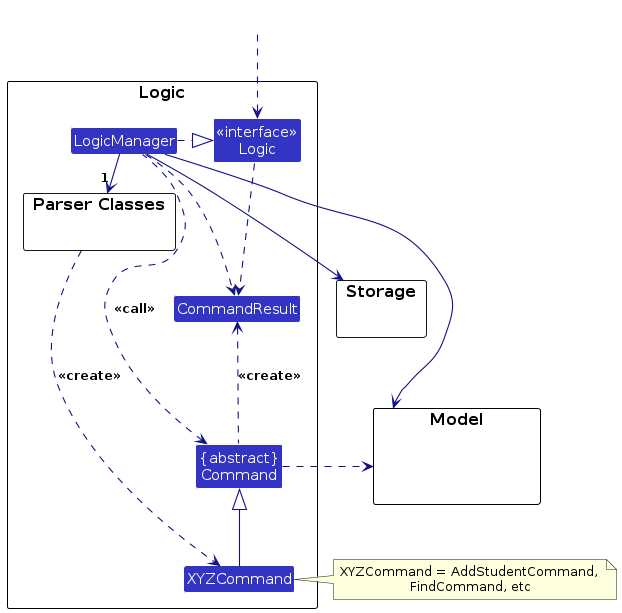
AY2627S1-CS2103T-T11-4/tp keeps this PlantUML diagram as diagrams/LogicClassDiagram.png. Above is the earlier version. Its source is kept beside it as diagrams/LogicClassDiagram.puml.
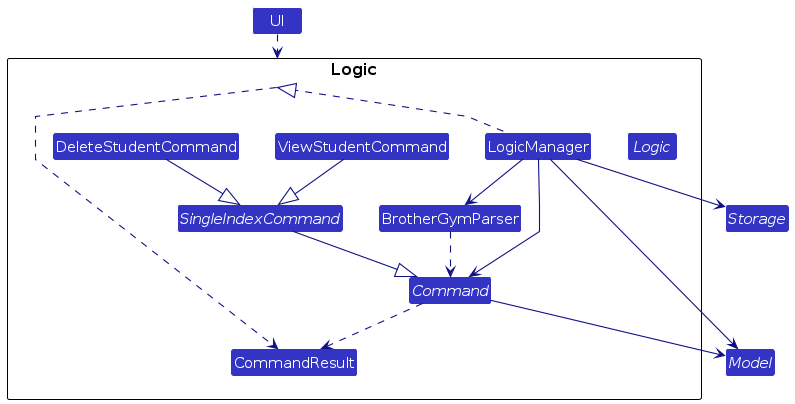
Above is the later version.

What changed in the source:
```diff
@@ -1,47 +1,40 @@
 @startuml
 !include style.puml
+top to bottom direction
+skinparam linetype polyline
+skinparam nodesep 35
+skinparam ranksep 45
 skinparam arrowThickness 1.1
 skinparam arrowColor LOGIC_COLOR_T4
 skinparam classBackgroundColor LOGIC_COLOR
 
-package Logic as LogicPackage {
+class UI
 
-package "Parser Classes" as ParserClasses{
-}
-Class XYZCommand
-Class CommandResult
-Class "{abstract}\nCommand" as Command
-
-
-Class "<<interface>>\nLogic" as Logic
-Class LogicManager
+package Logic {
+    interface Logic
+    class LogicManager
+    class BrotherGymParser
+    abstract class Command
+    abstract class SingleIndexCommand
+    class ViewStudentCommand
+    class DeleteStudentCommand
+    class CommandResult
 }
 
-package Model {
-Class HiddenModel #FFFFFF
-}
+interface Model
+interface Storage
 
-package Storage {
-}
-
-Class HiddenOutside #FFFFFF
-HiddenOutside ..> Logic
-
-LogicManager .right.|> Logic
-LogicManager -right->"1" ParserClasses
-ParserClasses ..> XYZCommand : <<create>>
-
-XYZCommand -up-|> Command
-LogicManager .left.> Command : <<call>>
-
+UI ..> Logic
+LogicManager .up.|> Logic
+LogicManager --> BrotherGymParser
+BrotherGymParser ..> Command
+LogicManager --> Command
+SingleIndexCommand --|> Command
+ViewStudentCommand --|> SingleIndexCommand
+DeleteStudentCommand --|> SingleIndexCommand
+Command --> Model
 LogicManager --> Model
 LogicManager --> Storage
-Storage --[hidden] Model
-Command .[hidden]up.> Storage
-Command .right.> Model
-note right of XYZCommand: XYZCommand = AddStudentCommand, \nFindCommand, etc
-
+Command ..> CommandResult
 Logic ..> CommandResult
-LogicManager .down.> CommandResult
-Command .up.> CommandResult : <<create>>
 @enduml
```
